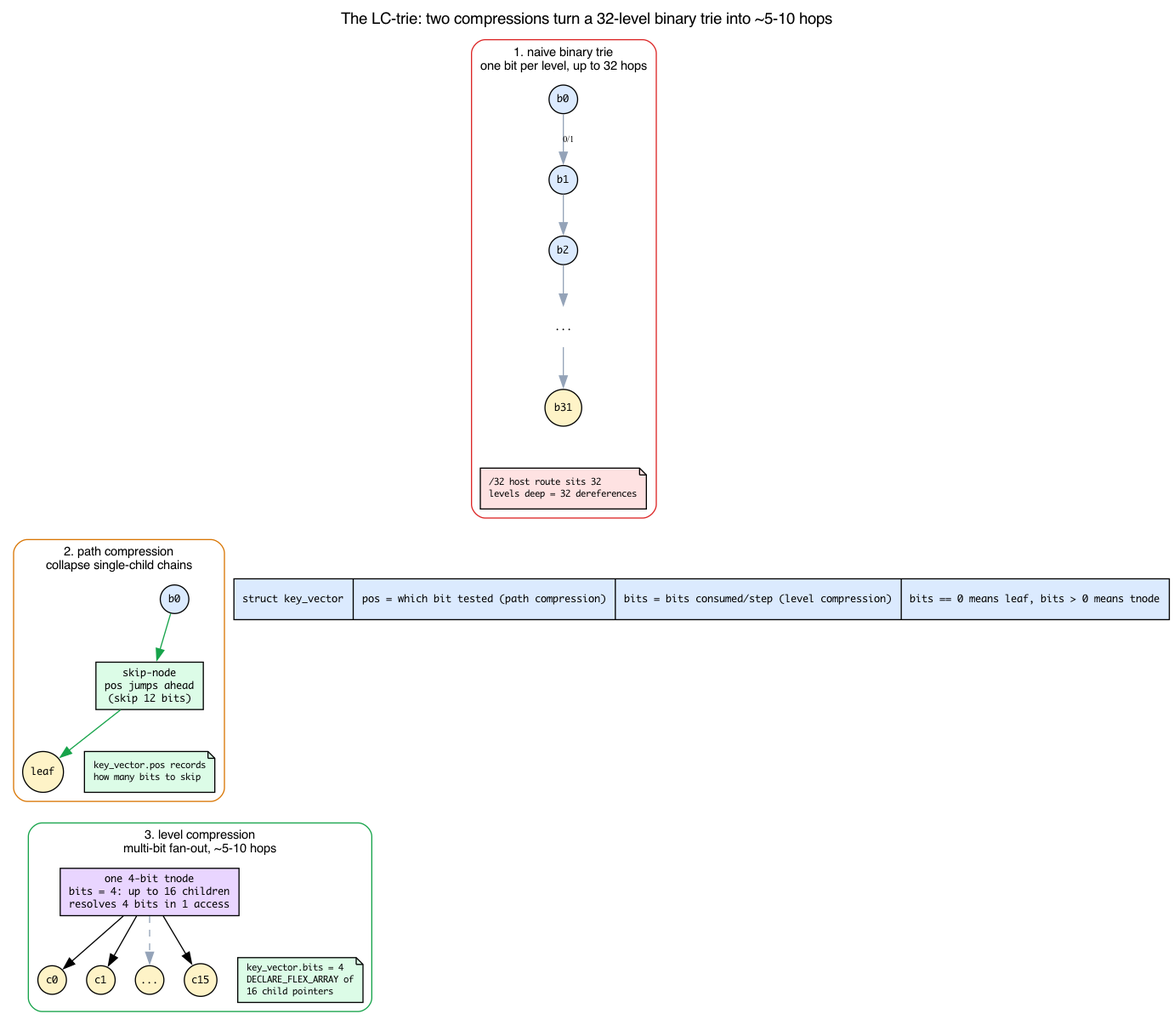
The Graphviz diagram linux-net/src/diagrams/day08_lctrie.png in biefy/books, before a commit. Its source is kept beside it as linux-net/src/diagrams/src/day08_lctrie.dot.
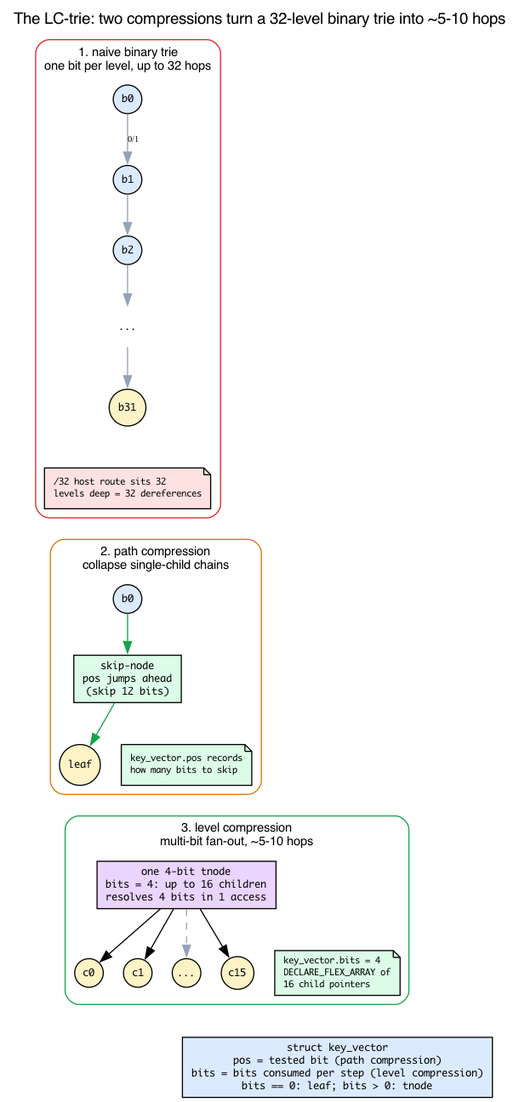
After the commit.

The edit, as a diff of the source:
```diff
@@ -51,10 +51,10 @@
         wide -> note3 [style=invis];
     }
 
-    legend [shape=record, style="filled", fillcolor="#dbeafe", fontsize=9,
-            label="struct key_vector|pos = which bit tested (path compression)|bits = bits consumed/step (level compression)|bits == 0 means leaf, bits \> 0 means tnode"];
+    legend [shape=box, style="filled", fillcolor="#dbeafe", fontsize=9,
+            label="struct key_vector\npos = tested bit (path compression)\nbits = bits consumed per step (level compression)\nbits == 0: leaf; bits > 0: tnode"];
 
-    warn1 -> pa [style=invis];
-    note2 -> wide [style=invis];
-    warn1 -> legend [style=invis];
+    warn1 -> pa [style=invis, weight=100];
+    note2 -> wide [style=invis, weight=100];
+    note3 -> legend [style=invis, weight=100];
 }
```
